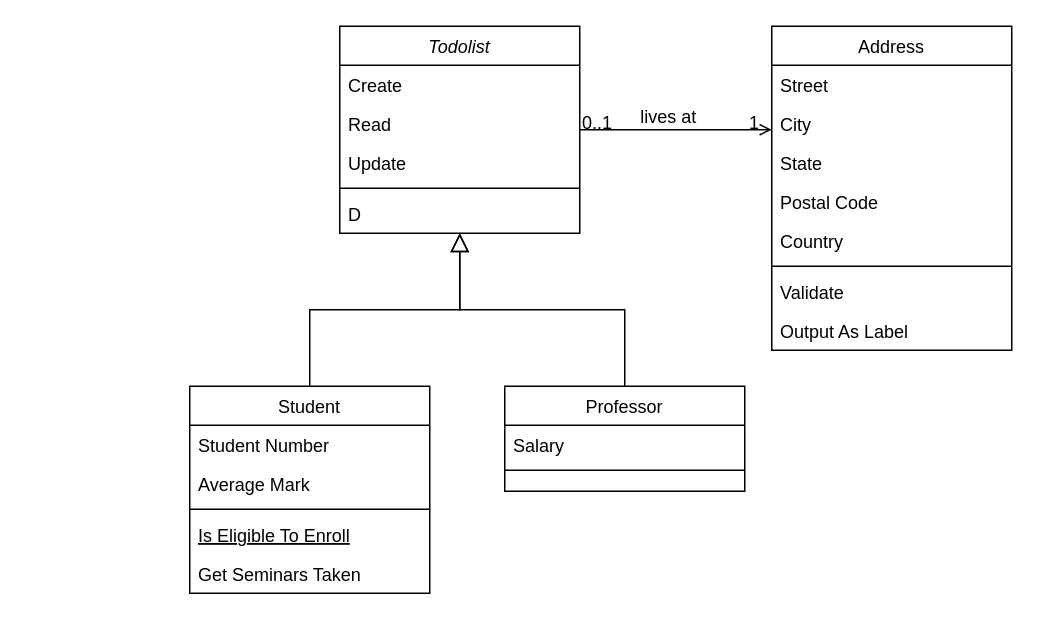
This is 제목 없는 다이어그램.drawio from wjddn4502/raspberry_236, a draw.io file, before an edit. Source tidied: cells renumbered, new cells numbered last; positions are measured from the earlier drawing's top-left corner, leaving out a move shared by most shapes. Both pictures are drawn from the tidied source at 150%, with x=0, y=0 at pixel (189, 26).
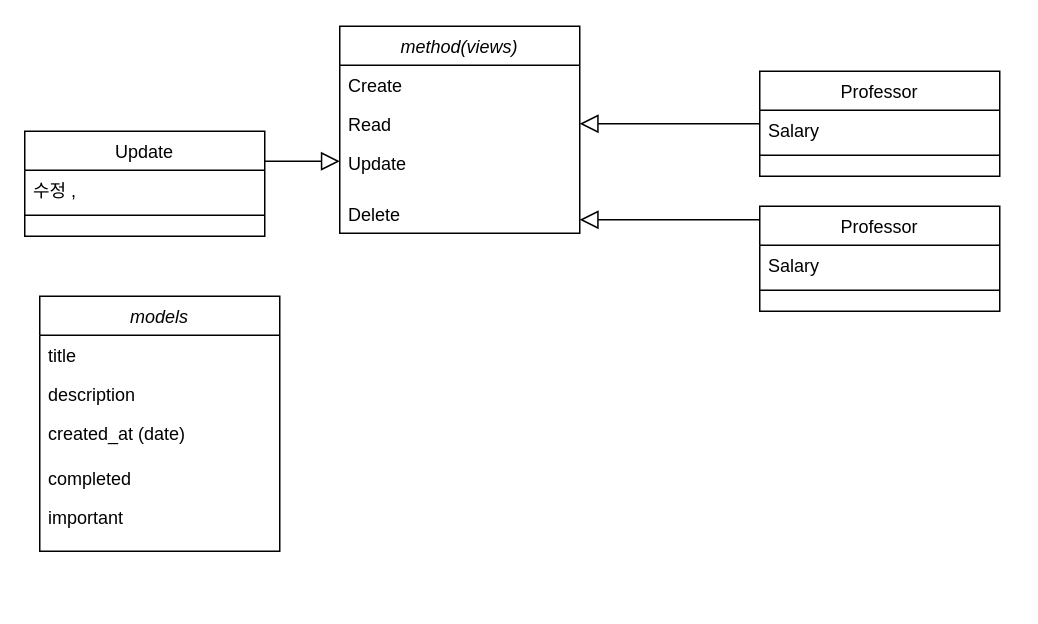
The same diagram, later.

The change refers to these unchanged cells:
```xml
<mxCell id="4" value="Read" style="text;align=left;verticalAlign=top;spacingLeft=4;spacingRight=4;overflow=hidden;points=[[0,0.5],[1,0.5]];portConstraint=eastwest;rounded=0;shadow=0;html=0;" parent="2" vertex="1">
  <mxGeometry y="52" width="160" height="26" as="geometry" />
</mxCell>
```

The edit, as a diff of the source:
```diff
@@
-    <mxCell id="2" value="Todolist" style="swimlane;fontStyle=2;align=center;verticalAlign=top;horizontal=1;startSize=26;rounded=0;shadow=0;strokeWidth=1;" parent="1" vertex="1">
+    <mxCell id="2" value="method(views)" style="swimlane;fontStyle=2;align=center;verticalAlign=top;horizontal=1;startSize=26;rounded=0;shadow=0;strokeWidth=1;" parent="1" vertex="1">
       <mxGeometry x="100" width="160" height="138" as="geometry" />
     </mxCell>
@@
-    <mxCell id="6" style="line;html=1;strokeWidth=1;align=left;verticalAlign=middle;spacingTop=-1;spacingLeft=3;spacingRight=3;labelPosition=right;" parent="2" vertex="1">
+    <mxCell id="6" style="line;html=1;strokeWidth=1;align=left;verticalAlign=middle;spacingTop=-1;spacingLeft=3;spacingRight=3;labelPosition=right;strokeColor=none;" parent="2" vertex="1">
       <mxGeometry y="104" width="160" height="8" as="geometry" />
     </mxCell>
-    <mxCell id="7" value="D" style="text;align=left;verticalAlign=top;spacingLeft=4;spacingRight=4;overflow=hidden;" parent="2" vertex="1">
+    <mxCell id="7" value="Delete" style="text;align=left;verticalAlign=top;spacingLeft=4;spacingRight=4;overflow=hidden;" parent="2" vertex="1">
       <mxGeometry y="112" width="160" height="26" as="geometry" />
     </mxCell>
-    <mxCell id="8" value="Student" style="swimlane;fontStyle=0;align=center;verticalAlign=top;horizontal=1;startSize=26;rounded=0;shadow=0;strokeWidth=1;" parent="1" vertex="1">
-      <mxGeometry y="240" width="160" height="138" as="geometry" />
-    </mxCell>
-    <mxCell id="9" value="Student Number" style="text;align=left;verticalAlign=top;spacingLeft=4;spacingRight=4;overflow=hidden;" parent="8" vertex="1">
-      <mxGeometry y="26" width="160" height="26" as="geometry" />
-    </mxCell>
-    <mxCell id="10" value="Average Mark" style="text;align=left;verticalAlign=top;spacingLeft=4;spacingRight=4;overflow=hidden;rounded=0;shadow=0;html=0;" parent="8" vertex="1">
-      <mxGeometry y="52" width="160" height="26" as="geometry" />
-    </mxCell>
-    <mxCell id="11" style="line;html=1;strokeWidth=1;align=left;verticalAlign=middle;spacingTop=-1;spacingLeft=3;spacingRight=3;labelPosition=right;" parent="8" vertex="1">
-      <mxGeometry y="78" width="160" height="8" as="geometry" />
-    </mxCell>
-    <mxCell id="12" value="Is Eligible To Enroll" style="text;align=left;verticalAlign=top;spacingLeft=4;spacingRight=4;overflow=hidden;fontStyle=4;" parent="8" vertex="1">
-      <mxGeometry y="86" width="160" height="26" as="geometry" />
-    </mxCell>
-    <mxCell id="13" value="Get Seminars Taken" style="text;align=left;verticalAlign=top;spacingLeft=4;spacingRight=4;overflow=hidden;" parent="8" vertex="1">
-      <mxGeometry y="112" width="160" height="26" as="geometry" />
-    </mxCell>
-    <mxCell id="14" style="endArrow=block;endSize=10;endFill=0;shadow=0;strokeWidth=1;rounded=0;curved=0;edgeStyle=elbowEdgeStyle;elbow=vertical;" parent="1" edge="1" source="8" target="2">
-      <mxGeometry relative="1" as="geometry" />
-    </mxCell>
     <mxCell id="15" value="Professor" style="swimlane;fontStyle=0;align=center;verticalAlign=top;horizontal=1;startSize=26;rounded=0;shadow=0;strokeWidth=1;" parent="1" vertex="1">
-      <mxGeometry x="210" y="240" width="160" height="70" as="geometry" />
+      <mxGeometry x="380" y="120" width="160" height="70" as="geometry" />
     </mxCell>
@@
-    <mxCell id="19" value="Address" style="swimlane;fontStyle=0;align=center;verticalAlign=top;horizontal=1;startSize=26;rounded=0;shadow=0;strokeWidth=1;" parent="1" vertex="1">
-      <mxGeometry x="388" width="160" height="216" as="geometry" />
-    </mxCell>
-    <mxCell id="20" value="Street" style="text;align=left;verticalAlign=top;spacingLeft=4;spacingRight=4;overflow=hidden;" parent="19" vertex="1">
-      <mxGeometry y="26" width="160" height="26" as="geometry" />
-    </mxCell>
-    <mxCell id="21" value="City" style="text;align=left;verticalAlign=top;spacingLeft=4;spacingRight=4;overflow=hidden;rounded=0;shadow=0;html=0;" parent="19" vertex="1">
-      <mxGeometry y="52" width="160" height="26" as="geometry" />
-    </mxCell>
-    <mxCell id="22" value="State" style="text;align=left;verticalAlign=top;spacingLeft=4;spacingRight=4;overflow=hidden;rounded=0;shadow=0;html=0;" parent="19" vertex="1">
-      <mxGeometry y="78" width="160" height="26" as="geometry" />
-    </mxCell>
-    <mxCell id="23" value="Postal Code" style="text;align=left;verticalAlign=top;spacingLeft=4;spacingRight=4;overflow=hidden;rounded=0;shadow=0;html=0;" parent="19" vertex="1">
-      <mxGeometry y="104" width="160" height="26" as="geometry" />
-    </mxCell>
-    <mxCell id="24" value="Country" style="text;align=left;verticalAlign=top;spacingLeft=4;spacingRight=4;overflow=hidden;rounded=0;shadow=0;html=0;" parent="19" vertex="1">
-      <mxGeometry y="130" width="160" height="26" as="geometry" />
-    </mxCell>
-    <mxCell id="25" style="line;html=1;strokeWidth=1;align=left;verticalAlign=middle;spacingTop=-1;spacingLeft=3;spacingRight=3;labelPosition=right;" parent="19" vertex="1">
-      <mxGeometry y="156" width="160" height="8" as="geometry" />
-    </mxCell>
-    <mxCell id="26" value="Validate" style="text;align=left;verticalAlign=top;spacingLeft=4;spacingRight=4;overflow=hidden;" parent="19" vertex="1">
-      <mxGeometry y="164" width="160" height="26" as="geometry" />
-    </mxCell>
-    <mxCell id="27" value="Output As Label" style="text;align=left;verticalAlign=top;spacingLeft=4;spacingRight=4;overflow=hidden;" parent="19" vertex="1">
-      <mxGeometry y="190" width="160" height="26" as="geometry" />
-    </mxCell>
-    <mxCell id="28" style="endArrow=open;shadow=0;strokeWidth=1;rounded=0;curved=0;endFill=1;edgeStyle=elbowEdgeStyle;elbow=vertical;" parent="1" edge="1" source="2" target="19">
-      <mxGeometry x="0.5" y="41" relative="1" as="geometry">
-        <mxPoint x="-40" y="32" as="offset" />
-      </mxGeometry>
-    </mxCell>
-    <mxCell id="29" value="0..1" style="align=left;verticalAlign=bottom;labelBackgroundColor=none;fontSize=12;" parent="28" vertex="1">
-      <mxGeometry x="-1" relative="1" as="geometry">
-        <mxPoint y="4" as="offset" />
-      </mxGeometry>
-    </mxCell>
-    <mxCell id="30" value="1" style="align=right;verticalAlign=bottom;labelBackgroundColor=none;fontSize=12;" parent="28" vertex="1">
-      <mxGeometry x="1" relative="1" as="geometry">
-        <mxPoint x="-7" y="4" as="offset" />
-      </mxGeometry>
-    </mxCell>
-    <mxCell id="31" value="lives at" style="text;html=1;align=center;verticalAlign=middle;labelBackgroundColor=none;rounded=0;shadow=0;strokeWidth=1;fontSize=12;" parent="28" vertex="1">
-      <mxGeometry x="0.5" y="49" relative="1" as="geometry">
-        <mxPoint x="-38" y="40" as="offset" />
-      </mxGeometry>
-    </mxCell>
+    <mxCell id="32" value="Professor" style="swimlane;fontStyle=0;align=center;verticalAlign=top;horizontal=1;startSize=26;rounded=0;shadow=0;strokeWidth=1;" parent="1" vertex="1">
+      <mxGeometry x="380" y="30" width="160" height="70" as="geometry" />
+    </mxCell>
+    <mxCell id="33" value="Salary" style="text;align=left;verticalAlign=top;spacingLeft=4;spacingRight=4;overflow=hidden;" parent="32" vertex="1">
+      <mxGeometry y="26" width="160" height="26" as="geometry" />
+    </mxCell>
+    <mxCell id="34" style="line;html=1;strokeWidth=1;align=left;verticalAlign=middle;spacingTop=-1;spacingLeft=3;spacingRight=3;labelPosition=right;" parent="32" vertex="1">
+      <mxGeometry y="52" width="160" height="8" as="geometry" />
+    </mxCell>
+    <mxCell id="35" style="endArrow=block;endSize=10;endFill=0;shadow=0;strokeWidth=1;rounded=0;curved=0;edgeStyle=elbowEdgeStyle;elbow=vertical;entryX=1;entryY=0.5;entryDx=0;entryDy=0;" parent="1" edge="1" source="32" target="4">
+      <mxGeometry relative="1" as="geometry">
+        <Array as="points">
+          <mxPoint x="280" y="65" />
+        </Array>
+      </mxGeometry>
+    </mxCell>
+    <mxCell id="36" value="Update" style="swimlane;fontStyle=0;align=center;verticalAlign=top;horizontal=1;startSize=26;rounded=0;shadow=0;strokeWidth=1;" parent="1" vertex="1">
+      <mxGeometry x="-110" y="70" width="160" height="70" as="geometry" />
+    </mxCell>
+    <mxCell id="37" value="수정 , " style="text;align=left;verticalAlign=top;spacingLeft=4;spacingRight=4;overflow=hidden;" parent="36" vertex="1">
+      <mxGeometry y="26" width="160" height="26" as="geometry" />
+    </mxCell>
+    <mxCell id="38" style="line;html=1;strokeWidth=1;align=left;verticalAlign=middle;spacingTop=-1;spacingLeft=3;spacingRight=3;labelPosition=right;" parent="36" vertex="1">
+      <mxGeometry y="52" width="160" height="8" as="geometry" />
+    </mxCell>
+    <mxCell id="39" style="endArrow=block;endSize=10;endFill=0;shadow=0;strokeWidth=1;rounded=0;curved=0;edgeStyle=elbowEdgeStyle;elbow=vertical;" parent="1" edge="1" source="36">
+      <mxGeometry relative="1" as="geometry">
+        <mxPoint x="100" y="90" as="targetPoint" />
+      </mxGeometry>
+    </mxCell>
+    <mxCell id="40" value="models" style="swimlane;fontStyle=2;align=center;verticalAlign=top;horizontal=1;startSize=26;rounded=0;shadow=0;strokeWidth=1;" parent="1" vertex="1">
+      <mxGeometry x="-100" y="180" width="160" height="170" as="geometry" />
+    </mxCell>
+    <mxCell id="41" value="title" style="text;align=left;verticalAlign=top;spacingLeft=4;spacingRight=4;overflow=hidden;" parent="40" vertex="1">
+      <mxGeometry y="26" width="160" height="26" as="geometry" />
+    </mxCell>
+    <mxCell id="42" value="description" style="text;align=left;verticalAlign=top;spacingLeft=4;spacingRight=4;overflow=hidden;rounded=0;shadow=0;html=0;" parent="40" vertex="1">
+      <mxGeometry y="52" width="160" height="26" as="geometry" />
+    </mxCell>
+    <mxCell id="43" value="created_at (date)" style="text;align=left;verticalAlign=top;spacingLeft=4;spacingRight=4;overflow=hidden;rounded=0;shadow=0;html=0;" parent="40" vertex="1">
+      <mxGeometry y="78" width="160" height="26" as="geometry" />
+    </mxCell>
+    <mxCell id="44" style="line;html=1;strokeWidth=1;align=left;verticalAlign=middle;spacingTop=-1;spacingLeft=3;spacingRight=3;labelPosition=right;strokeColor=none;" parent="40" vertex="1">
+      <mxGeometry y="104" width="160" height="4" as="geometry" />
+    </mxCell>
+    <mxCell id="45" value="completed" style="text;align=left;verticalAlign=top;spacingLeft=4;spacingRight=4;overflow=hidden;rounded=0;shadow=0;html=0;" parent="40" vertex="1">
+      <mxGeometry y="108" width="160" height="26" as="geometry" />
+    </mxCell>
+    <mxCell id="46" value="important" style="text;align=left;verticalAlign=top;spacingLeft=4;spacingRight=4;overflow=hidden;" parent="40" vertex="1">
+      <mxGeometry y="134" width="160" height="26" as="geometry" />
+    </mxCell>
```
